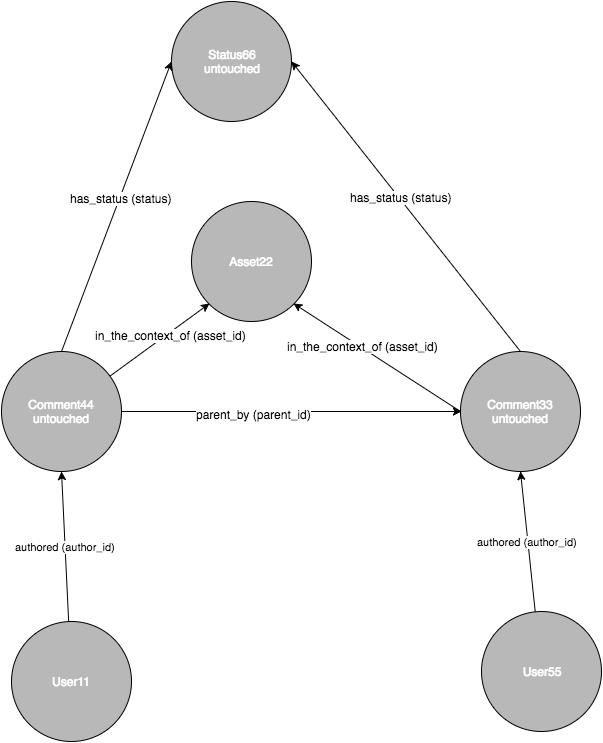
Before: library/coral/SeedDiagram.png, a diagram exported from draw.io (coralproject/talk-deprecated). Source tidied: cells renumbered, new cells last; positions are measured from the earlier drawing's top-left corner, leaving out a move shared by most shapes.
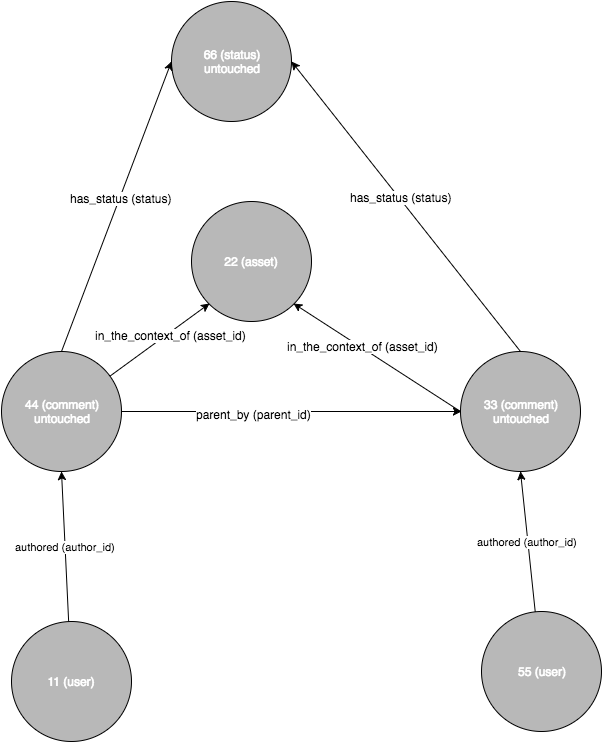
Later version of the same file.

Commit message:
It chanes the diagrams and fix the status field in the comment.

Diff of the diagram source:
```diff
@@ -2,7 +2,7 @@
   <root>
     <mxCell id="0" />
     <mxCell id="1" parent="0" />
-    <mxCell id="2" value="Asset22" style="ellipse;whiteSpace=wrap;html=1;fillColor=#B8B8B8;fontColor=#FFFFFF;" parent="1" vertex="1">
+    <mxCell id="2" value="22 (asset)" style="ellipse;whiteSpace=wrap;html=1;fillColor=#B8B8B8;fontColor=#FFFFFF;" parent="1" vertex="1">
       <mxGeometry x="190" y="200" width="120" height="120" as="geometry" />
     </mxCell>
     <mxCell id="3" style="endArrow=none;html=1;strokeColor=#000000;strokeWidth=1;fontColor=#FFFFFF;exitX=1;exitY=1;entryX=0;entryY=0.5;endFill=0;startArrow=classic;startFill=1;" parent="1" edge="1" source="2" target="10">
@@ -11,7 +11,7 @@
     <mxCell id="4" value="in_the_context_of (asset_id)" style="text;html=1;align=center;verticalAlign=middle;labelBackgroundColor=#ffffff;" parent="3" vertex="1">
       <mxGeometry x="-0.19" y="2" relative="1" as="geometry" />
     </mxCell>
-    <mxCell id="5" value="User11" style="ellipse;whiteSpace=wrap;html=1;fillColor=#B8B8B8;fontColor=#FFFFFF;" parent="1" vertex="1">
+    <mxCell id="5" value="11 (user)" style="ellipse;whiteSpace=wrap;html=1;fillColor=#B8B8B8;fontColor=#FFFFFF;" parent="1" vertex="1">
       <mxGeometry x="10" y="620" width="120" height="120" as="geometry" />
     </mxCell>
     <mxCell id="6" style="endArrow=none;html=1;strokeColor=#000000;exitX=1;exitY=0.5;entryX=0.5;entryY=0;endFill=0;startArrow=classic;startFill=1;" parent="1" edge="1" source="9" target="10">
@@ -23,13 +23,13 @@
     <mxCell id="8" value="authored (author_id)" style="endArrow=classic;html=1;strokeColor=#000000;entryX=0.5;entryY=1;endFill=1;startArrow=none;startFill=0;" parent="1" edge="1" source="5" target="11">
       <mxGeometry x="230" y="647" as="geometry" />
     </mxCell>
-    <mxCell id="9" value="Status66&lt;div&gt;untouched&lt;/div&gt;" style="ellipse;whiteSpace=wrap;html=1;fillColor=#B8B8B8;fontColor=#FFFFFF;" parent="1" vertex="1">
+    <mxCell id="9" value="66 (status)&lt;div&gt;untouched&lt;/div&gt;" style="ellipse;whiteSpace=wrap;html=1;fillColor=#B8B8B8;fontColor=#FFFFFF;" parent="1" vertex="1">
       <mxGeometry x="170" width="120" height="120" as="geometry" />
     </mxCell>
-    <mxCell id="10" value="Comment33&lt;div&gt;untouched&lt;/div&gt;" style="ellipse;whiteSpace=wrap;html=1;fillColor=#B8B8B8;fontColor=#FFFFFF;" parent="1" vertex="1">
+    <mxCell id="10" value="33 (comment)&lt;div&gt;untouched&lt;/div&gt;" style="ellipse;whiteSpace=wrap;html=1;fillColor=#B8B8B8;fontColor=#FFFFFF;" parent="1" vertex="1">
       <mxGeometry x="459" y="350" width="120" height="120" as="geometry" />
     </mxCell>
-    <mxCell id="11" value="Comment44&lt;div&gt;untouched&lt;/div&gt;" style="ellipse;whiteSpace=wrap;html=1;fillColor=#B8B8B8;fontColor=#FFFFFF;" parent="1" vertex="1">
+    <mxCell id="11" value="44 (comment)&lt;div&gt;untouched&lt;/div&gt;" style="ellipse;whiteSpace=wrap;html=1;fillColor=#B8B8B8;fontColor=#FFFFFF;" parent="1" vertex="1">
       <mxGeometry y="350" width="120" height="120" as="geometry" />
     </mxCell>
     <mxCell id="12" style="endArrow=none;html=1;strokeColor=#000000;strokeWidth=1;fontColor=#FFFFFF;exitX=0;exitY=1;endFill=0;startArrow=classic;startFill=1;" parent="1" edge="1" source="2" target="11">
@@ -38,7 +38,7 @@
     <mxCell id="13" value="in_the_context_of (asset_id)" style="text;html=1;align=center;verticalAlign=middle;labelBackgroundColor=#ffffff;" parent="12" vertex="1">
       <mxGeometry x="-0.19" y="2" relative="1" as="geometry" />
     </mxCell>
-    <mxCell id="14" value="User55" style="ellipse;whiteSpace=wrap;html=1;fillColor=#B8B8B8;fontColor=#FFFFFF;" parent="1" vertex="1">
+    <mxCell id="14" value="55 (user)" style="ellipse;whiteSpace=wrap;html=1;fillColor=#B8B8B8;fontColor=#FFFFFF;" parent="1" vertex="1">
       <mxGeometry x="480" y="610" width="120" height="120" as="geometry" />
     </mxCell>
     <mxCell id="15" value="authored (author_id)" style="endArrow=classic;html=1;strokeColor=#000000;entryX=0.5;entryY=1;endFill=1;startArrow=none;startFill=0;" parent="1" edge="1" source="14" target="10">
```
